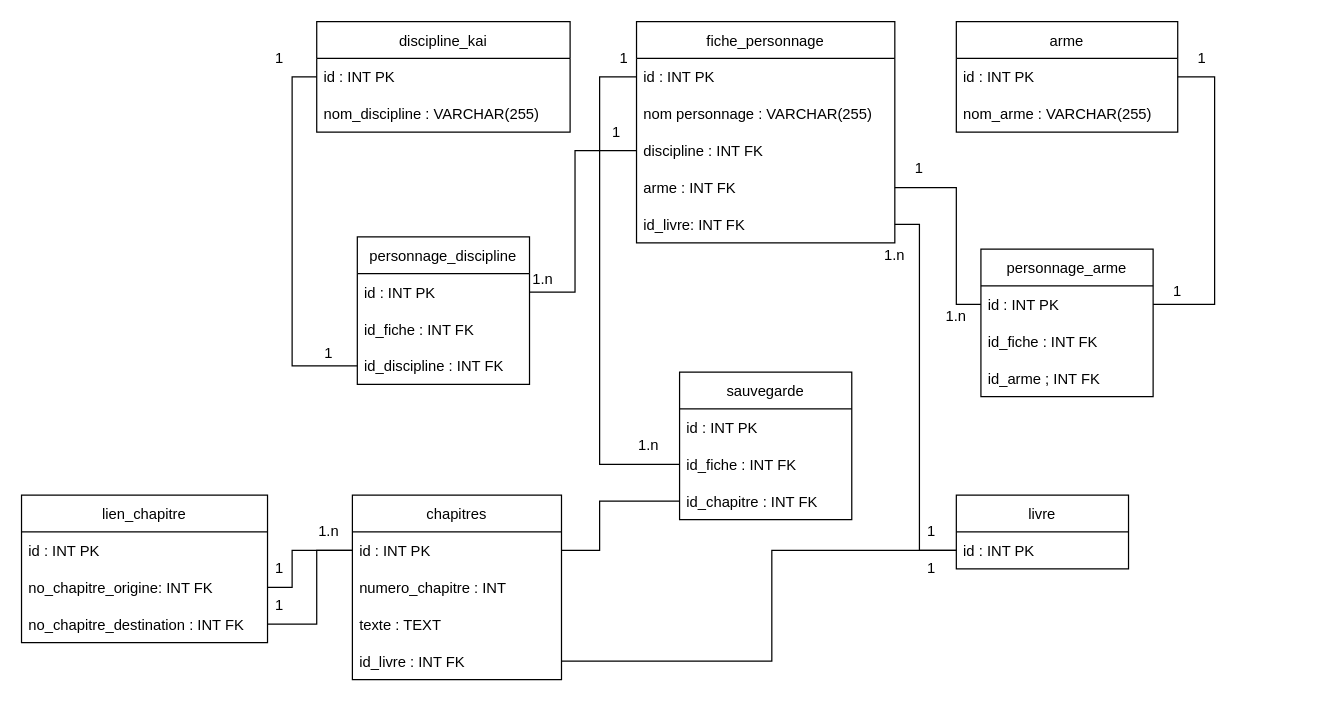
2162216cotevincent/BD2_LDVELH keeps this draw.io diagram as ressources/Diagramme LDVELH.drawio. Above is the earlier version. Source tidied: cells renumbered, new cells numbered last; positions are measured from the earlier drawing's top-left corner, leaving out a move shared by most shapes. Both pictures are drawn from the tidied source at 123%, with x=0, y=0 at pixel (21, 21).
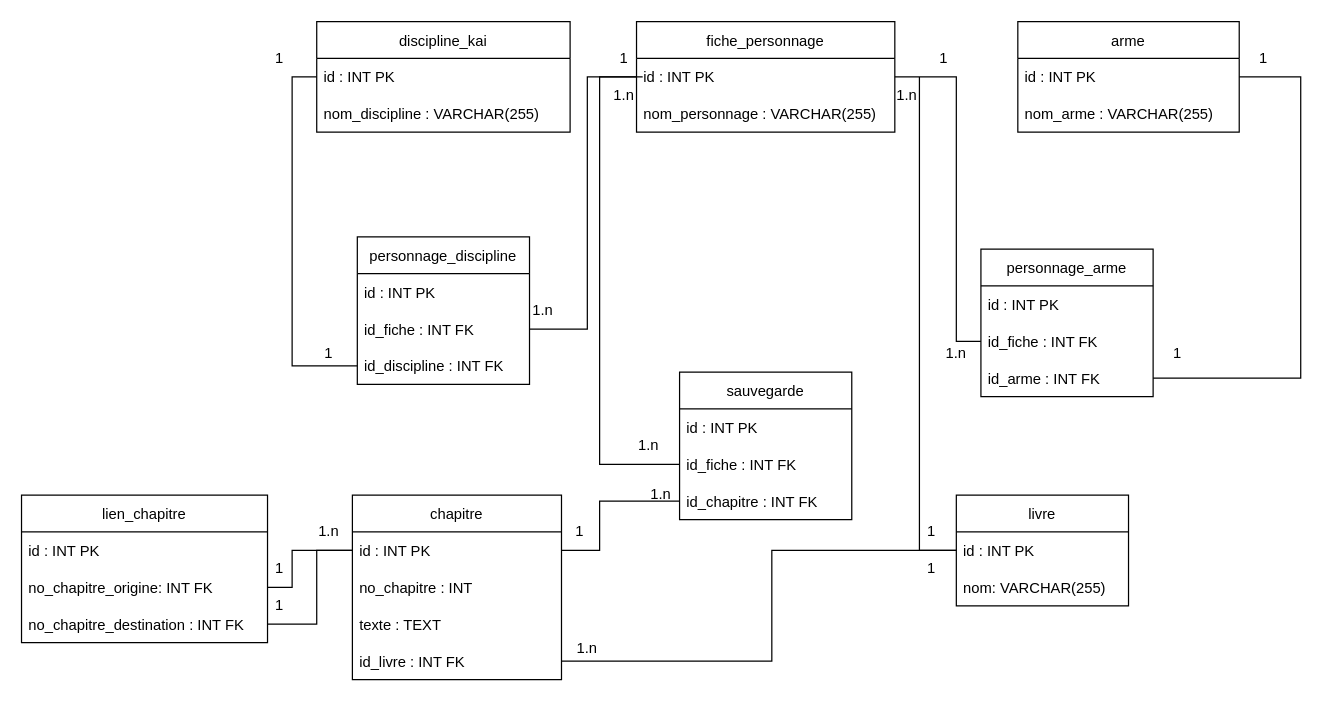
The same diagram, later.

Unchanged cells that the change refers to:
```xml
<mxCell id="16" value="id : INT PK" style="text;strokeColor=none;fillColor=none;align=left;verticalAlign=middle;spacingLeft=4;spacingRight=4;overflow=hidden;points=[[0,0.5],[1,0.5]];portConstraint=eastwest;" parent="15" vertex="1">
  <mxGeometry y="30" width="210" height="30" as="geometry" />
</mxCell>
<mxCell id="25" value="id : INT PK" style="text;strokeColor=none;fillColor=none;align=left;verticalAlign=middle;spacingLeft=4;spacingRight=4;overflow=hidden;points=[[0,0.5],[1,0.5]];portConstraint=eastwest;" parent="24" vertex="1">
  <mxGeometry y="30" width="180" height="30" as="geometry" />
</mxCell>
<mxCell id="28" value="id : INT PK" style="text;strokeColor=none;fillColor=none;align=left;verticalAlign=middle;spacingLeft=4;spacingRight=4;overflow=hidden;points=[[0,0.5],[1,0.5]];portConstraint=eastwest;" parent="27" vertex="1">
  <mxGeometry y="30" width="140" height="30" as="geometry" />
</mxCell>
<mxCell id="29" value="id_fiche : INT FK" style="text;strokeColor=none;fillColor=none;align=left;verticalAlign=middle;spacingLeft=4;spacingRight=4;overflow=hidden;points=[[0,0.5],[1,0.5]];portConstraint=eastwest;" parent="27" vertex="1">
  <mxGeometry y="60" width="140" height="30" as="geometry" />
</mxCell>
<mxCell id="31" value="personnage_arme" style="swimlane;fontStyle=0;horizontal=1;startSize=30;" parent="1" vertex="1">
  <mxGeometry x="780" y="185" width="140" height="120" as="geometry" />
</mxCell>
<mxCell id="32" value="id : INT PK" style="text;strokeColor=none;fillColor=none;align=left;verticalAlign=middle;spacingLeft=4;spacingRight=4;overflow=hidden;points=[[0,0.5],[1,0.5]];portConstraint=eastwest;" parent="31" vertex="1">
  <mxGeometry y="30" width="140" height="30" as="geometry" />
</mxCell>
<mxCell id="33" value="id_fiche : INT FK" style="text;strokeColor=none;fillColor=none;align=left;verticalAlign=middle;spacingLeft=4;spacingRight=4;overflow=hidden;points=[[0,0.5],[1,0.5]];portConstraint=eastwest;" parent="31" vertex="1">
  <mxGeometry y="60" width="140" height="30" as="geometry" />
</mxCell>
<mxCell id="42" value="id : INT PK" style="text;strokeColor=none;fillColor=none;align=left;verticalAlign=middle;spacingLeft=4;spacingRight=4;overflow=hidden;points=[[0,0.5],[1,0.5]];portConstraint=eastwest;" parent="41" vertex="1">
  <mxGeometry y="30" width="140" height="30" as="geometry" />
</mxCell>
<mxCell id="48" value="1" style="text;html=1;strokeColor=none;fillColor=none;align=center;verticalAlign=middle;whiteSpace=wrap;rounded=0;" parent="1" vertex="1">
  <mxGeometry x="460" y="15" width="60" height="30" as="geometry" />
</mxCell>
```

Change to the diagram source:
```diff
@@
-    <mxCell id="2" value="chapitres" style="swimlane;fontStyle=0;horizontal=1;startSize=30;" parent="1" vertex="1">
+    <mxCell id="2" value="chapitre" style="swimlane;fontStyle=0;horizontal=1;startSize=30;" parent="1" vertex="1">
       <mxGeometry x="269" y="385" width="170" height="150" as="geometry" />
     </mxCell>
@@
-    <mxCell id="4" value="numero_chapitre : INT " style="text;strokeColor=none;fillColor=none;align=left;verticalAlign=middle;spacingLeft=4;spacingRight=4;overflow=hidden;" parent="2" vertex="1">
+    <mxCell id="4" value="no_chapitre : INT " style="text;strokeColor=none;fillColor=none;align=left;verticalAlign=middle;spacingLeft=4;spacingRight=4;overflow=hidden;" parent="2" vertex="1">
       <mxGeometry y="60" width="170" height="30" as="geometry" />
     </mxCell>
@@
     <mxCell id="15" value="fiche_personnage" style="swimlane;fontStyle=0;horizontal=1;startSize=30;" parent="1" vertex="1">
-      <mxGeometry x="500" width="210" height="180" as="geometry" />
+      <mxGeometry x="500" width="210" height="90" as="geometry" />
     </mxCell>
@@
-    <mxCell id="17" value="nom personnage : VARCHAR(255)" style="text;strokeColor=none;fillColor=none;align=left;verticalAlign=middle;spacingLeft=4;spacingRight=4;overflow=hidden;" parent="15" vertex="1">
+    <mxCell id="17" value="nom_personnage : VARCHAR(255)" style="text;strokeColor=none;fillColor=none;align=left;verticalAlign=middle;spacingLeft=4;spacingRight=4;overflow=hidden;" parent="15" vertex="1">
       <mxGeometry y="60" width="210" height="30" as="geometry" />
     </mxCell>
-    <mxCell id="18" value="discipline : INT FK" style="text;strokeColor=none;fillColor=none;align=left;verticalAlign=middle;spacingLeft=4;spacingRight=4;overflow=hidden;points=[[0,0.5],[1,0.5]];portConstraint=eastwest;" parent="15" vertex="1">
-      <mxGeometry y="90" width="210" height="30" as="geometry" />
-    </mxCell>
-    <mxCell id="19" value="arme : INT FK" style="text;strokeColor=none;fillColor=none;align=left;verticalAlign=middle;spacingLeft=4;spacingRight=4;overflow=hidden;points=[[0,0.5],[1,0.5]];portConstraint=eastwest;" parent="15" vertex="1">
-      <mxGeometry y="120" width="210" height="30" as="geometry" />
-    </mxCell>
-    <mxCell id="20" value="id_livre: INT FK" style="text;strokeColor=none;fillColor=none;align=left;verticalAlign=middle;spacingLeft=4;spacingRight=4;overflow=hidden;points=[[0,0.5],[1,0.5]];portConstraint=eastwest;" parent="15" vertex="1">
-      <mxGeometry y="150" width="210" height="30" as="geometry" />
-    </mxCell>
@@
     <mxCell id="24" value="arme" style="swimlane;fontStyle=0;horizontal=1;startSize=30;" parent="1" vertex="1">
-      <mxGeometry x="760" width="180" height="90" as="geometry" />
+      <mxGeometry x="810" width="180" height="90" as="geometry" />
     </mxCell>
@@
-    <mxCell id="34" value="id_arme ; INT FK" style="text;strokeColor=none;fillColor=none;align=left;verticalAlign=middle;spacingLeft=4;spacingRight=4;overflow=hidden;points=[[0,0.5],[1,0.5]];portConstraint=eastwest;" parent="31" vertex="1">
+    <mxCell id="34" value="id_arme : INT FK" style="text;strokeColor=none;fillColor=none;align=left;verticalAlign=middle;spacingLeft=4;spacingRight=4;overflow=hidden;points=[[0,0.5],[1,0.5]];portConstraint=eastwest;" parent="31" vertex="1">
       <mxGeometry y="90" width="140" height="30" as="geometry" />
     </mxCell>
-    <mxCell id="35" style="endArrow=none;html=1;rounded=0;entryX=0;entryY=0.5;entryDx=0;entryDy=0;exitX=1;exitY=0.5;exitDx=0;exitDy=0;" parent="1" edge="1" source="28" target="18">
-      <mxGeometry relative="1" as="geometry">
-        <Array as="points">
-          <mxPoint x="450" y="220" />
-          <mxPoint x="450" y="105" />
-        </Array>
-      </mxGeometry>
-    </mxCell>
-    <mxCell id="36" style="endArrow=none;html=1;rounded=0;entryX=1;entryY=0.5;entryDx=0;entryDy=0;exitX=0;exitY=0.5;exitDx=0;exitDy=0;" parent="1" edge="1" source="32" target="19">
+    <mxCell id="36" style="endArrow=none;html=1;rounded=0;entryX=1;entryY=0.5;entryDx=0;entryDy=0;exitX=0;exitY=0.5;exitDx=0;exitDy=0;" parent="1" edge="1" source="33" target="16">
       <mxGeometry relative="1" as="geometry">
         <Array as="points">
-          <mxPoint x="760" y="230" />
-          <mxPoint x="760" y="135" />
+          <mxPoint x="760" y="260" />
+          <mxPoint x="760" y="45" />
         </Array>
       </mxGeometry>
     </mxCell>
@@
-    <mxCell id="38" style="endArrow=none;html=1;rounded=0;entryX=1;entryY=0.5;entryDx=0;entryDy=0;exitX=1;exitY=0.5;exitDx=0;exitDy=0;" parent="1" edge="1" source="32" target="25">
+    <mxCell id="38" style="endArrow=none;html=1;rounded=0;entryX=1;entryY=0.5;entryDx=0;entryDy=0;exitX=1;exitY=0.5;exitDx=0;exitDy=0;" parent="1" edge="1" source="34" target="25">
       <mxGeometry relative="1" as="geometry">
         <Array as="points">
-          <mxPoint x="970" y="230" />
-          <mxPoint x="970" y="45" />
+          <mxPoint x="1040" y="290" />
+          <mxPoint x="1040" y="45" />
         </Array>
       </mxGeometry>
     </mxCell>
@@
     <mxCell id="41" value="livre" style="swimlane;fontStyle=0;horizontal=1;startSize=30;" parent="1" vertex="1">
-      <mxGeometry x="760" y="385" width="140" height="60" as="geometry" />
+      <mxGeometry x="760" y="385" width="140" height="90" as="geometry" />
     </mxCell>
@@
+    <mxCell id="63" value="nom: VARCHAR(255)" style="text;strokeColor=none;fillColor=none;align=left;verticalAlign=middle;spacingLeft=4;spacingRight=4;overflow=hidden;" parent="41" vertex="1">
+      <mxGeometry y="60" width="140" height="30" as="geometry" />
+    </mxCell>
@@
-    <mxCell id="44" style="endArrow=none;html=1;rounded=0;entryX=1;entryY=0.5;entryDx=0;entryDy=0;exitX=0;exitY=0.5;exitDx=0;exitDy=0;" parent="1" edge="1" source="42" target="20">
+    <mxCell id="44" style="endArrow=none;html=1;rounded=0;exitX=0;exitY=0.5;exitDx=0;exitDy=0;" parent="1" edge="1" source="42">
       <mxGeometry relative="1" as="geometry">
+        <mxPoint x="730" y="45" as="targetPoint" />
         <Array as="points">
           <mxPoint x="730" y="430" />
           <mxPoint x="730" y="165" />
         </Array>
       </mxGeometry>
     </mxCell>
@@
     <mxCell id="51" value="1.n" style="text;html=1;strokeColor=none;fillColor=none;align=center;verticalAlign=middle;whiteSpace=wrap;rounded=0;" parent="1" vertex="1">
-      <mxGeometry x="394" y="195" width="60" height="30" as="geometry" />
+      <mxGeometry x="394" y="220" width="60" height="30" as="geometry" />
     </mxCell>
-    <mxCell id="52" value="1" style="text;html=1;strokeColor=none;fillColor=none;align=center;verticalAlign=middle;whiteSpace=wrap;rounded=0;" parent="1" vertex="1">
-      <mxGeometry x="454" y="75" width="60" height="30" as="geometry" />
+    <mxCell id="52" value="1.n" style="text;html=1;strokeColor=none;fillColor=none;align=center;verticalAlign=middle;whiteSpace=wrap;rounded=0;" parent="1" vertex="1">
+      <mxGeometry x="460" y="45" width="60" height="30" as="geometry" />
     </mxCell>
     <mxCell id="53" value="1" style="text;html=1;strokeColor=none;fillColor=none;align=center;verticalAlign=middle;whiteSpace=wrap;rounded=0;" parent="1" vertex="1">
-      <mxGeometry x="930" y="15" width="60" height="30" as="geometry" />
+      <mxGeometry x="980" y="15" width="60" height="30" as="geometry" />
     </mxCell>
     <mxCell id="54" value="1" style="text;html=1;strokeColor=none;fillColor=none;align=center;verticalAlign=middle;whiteSpace=wrap;rounded=0;" parent="1" vertex="1">
-      <mxGeometry x="910" y="205" width="60" height="30" as="geometry" />
+      <mxGeometry x="910" y="255" width="60" height="30" as="geometry" />
     </mxCell>
     <mxCell id="55" value="1" style="text;html=1;strokeColor=none;fillColor=none;align=center;verticalAlign=middle;whiteSpace=wrap;rounded=0;" parent="1" vertex="1">
-      <mxGeometry x="700" y="105" width="60" height="30" as="geometry" />
+      <mxGeometry x="720" y="15" width="60" height="30" as="geometry" />
     </mxCell>
     <mxCell id="56" value="1.n" style="text;html=1;strokeColor=none;fillColor=none;align=center;verticalAlign=middle;whiteSpace=wrap;rounded=0;" parent="1" vertex="1">
-      <mxGeometry x="730" y="225" width="60" height="30" as="geometry" />
+      <mxGeometry x="730" y="255" width="60" height="30" as="geometry" />
     </mxCell>
     <mxCell id="57" value="1.n" style="text;html=1;strokeColor=none;fillColor=none;align=center;verticalAlign=middle;whiteSpace=wrap;rounded=0;" parent="1" vertex="1">
-      <mxGeometry x="680" y="175" width="60" height="30" as="geometry" />
+      <mxGeometry x="690" y="45" width="60" height="30" as="geometry" />
     </mxCell>
@@
+    <mxCell id="64" value="1" style="text;html=1;strokeColor=none;fillColor=none;align=center;verticalAlign=middle;whiteSpace=wrap;rounded=0;" parent="1" vertex="1">
+      <mxGeometry x="424" y="400" width="60" height="30" as="geometry" />
+    </mxCell>
+    <mxCell id="65" value="1.n" style="text;html=1;strokeColor=none;fillColor=none;align=center;verticalAlign=middle;whiteSpace=wrap;rounded=0;" parent="1" vertex="1">
+      <mxGeometry x="490" y="370" width="60" height="30" as="geometry" />
+    </mxCell>
+    <mxCell id="66" value="1.n" style="text;html=1;strokeColor=none;fillColor=none;align=center;verticalAlign=middle;whiteSpace=wrap;rounded=0;" parent="1" vertex="1">
+      <mxGeometry x="430" y="495" width="60" height="30" as="geometry" />
+    </mxCell>
+    <mxCell id="67" style="endArrow=none;html=1;rounded=0;exitX=1;exitY=0.5;exitDx=0;exitDy=0;entryX=0.75;entryY=1;entryDx=0;entryDy=0;" parent="1" edge="1" source="29" target="48">
+      <mxGeometry relative="1" as="geometry">
+        <Array as="points">
+          <mxPoint x="460" y="250" />
+          <mxPoint x="460" y="45" />
+        </Array>
+      </mxGeometry>
+    </mxCell>
```
